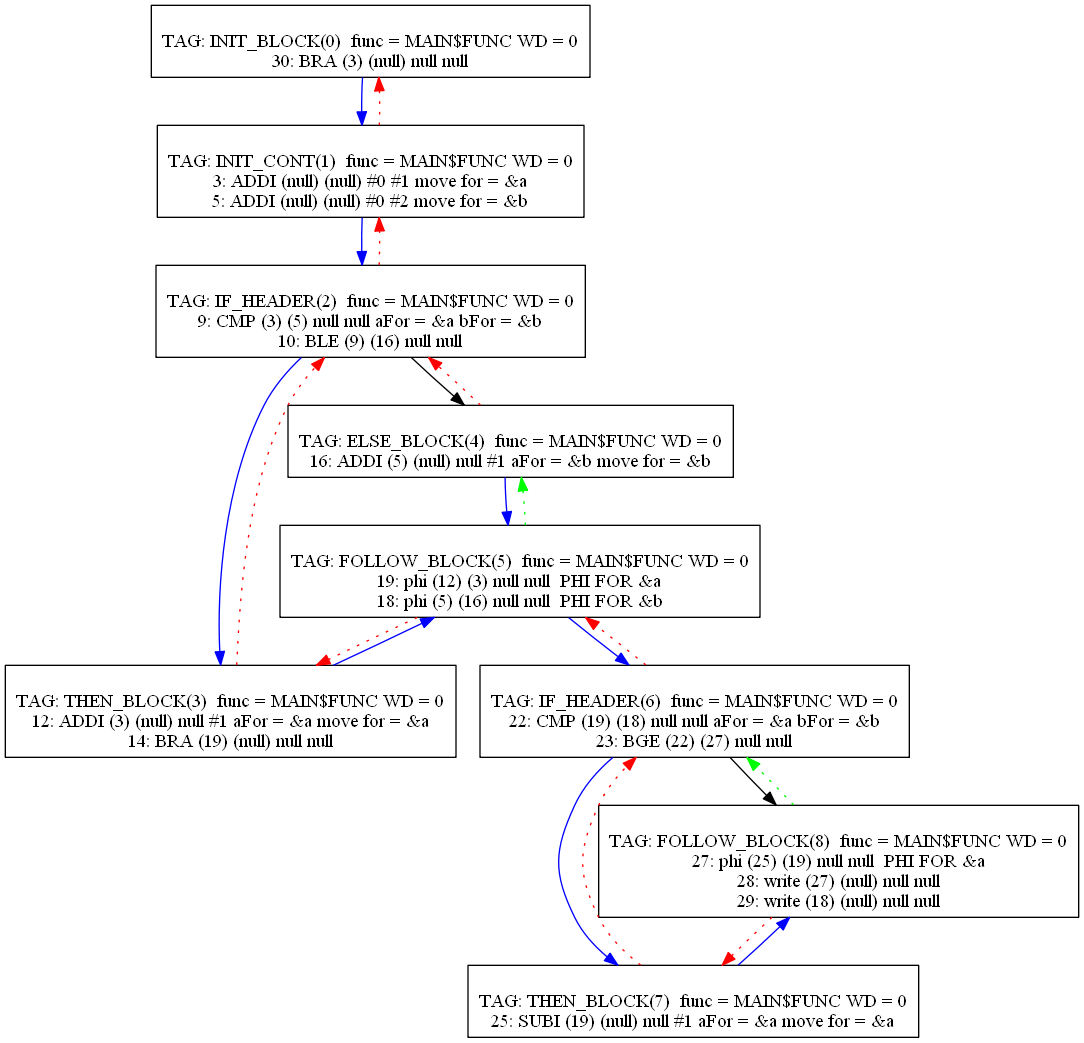
mbajaj92/Project-Astoria keeps this Graphviz diagram as Compiler/7graph.png. Above is the earlier version. Its source is kept beside it as Compiler/7graph.dot.
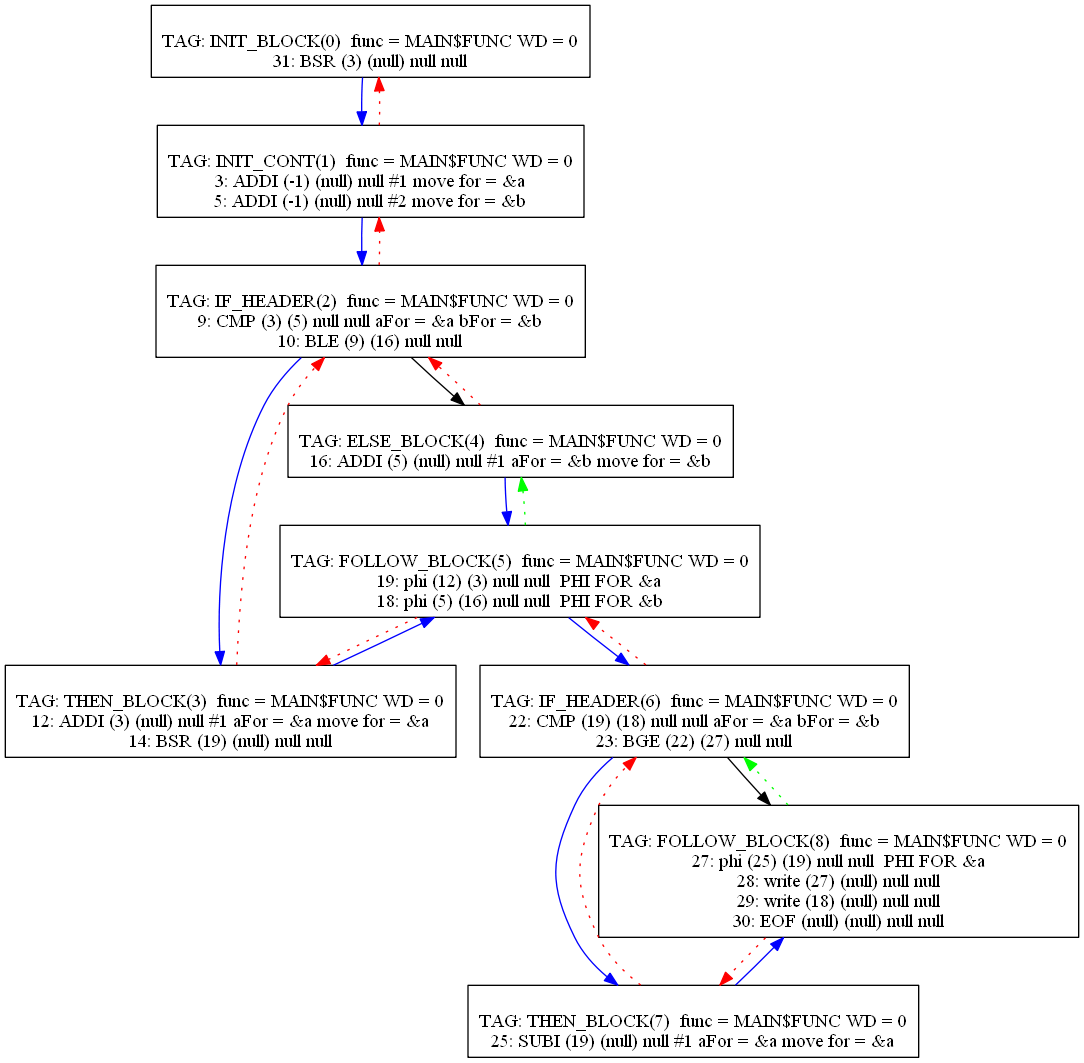
Later version of the same file.

Diff of the diagram source:
```diff
@@ -1,14 +1,14 @@
 digraph {
 0[label="
 TAG: INIT_BLOCK(0)  func = MAIN$FUNC WD = 0
-30: BRA (3) (null) null null
+31: BSR (3) (null) null null
 "];
 0[shape=box];
 0 -> 1[color=blue]
 1[label="
 TAG: INIT_CONT(1)  func = MAIN$FUNC WD = 0
-3: ADDI (null) (null) #0 #1 move for = &a
-5: ADDI (null) (null) #0 #2 move for = &b
+3: ADDI (-1) (null) null #1 move for = &a
+5: ADDI (-1) (null) null #2 move for = &b
 "];
 1[shape=box];
 1 -> 2[color=blue]
@@ -25,7 +25,7 @@
 3[label="
 TAG: THEN_BLOCK(3)  func = MAIN$FUNC WD = 0
 12: ADDI (3) (null) null #1 aFor = &a move for = &a
-14: BRA (19) (null) null null
+14: BSR (19) (null) null null
 "];
 3[shape=box];
 3 -> 5[color=blue]
@@ -67,6 +67,7 @@
 27: phi (25) (19) null null  PHI FOR &a
 28: write (27) (null) null null
 29: write (18) (null) null null
+30: EOF (null) (null) null null
 "];
 8[shape=box];
 8 -> 7[color=red][style=dotted]
```
